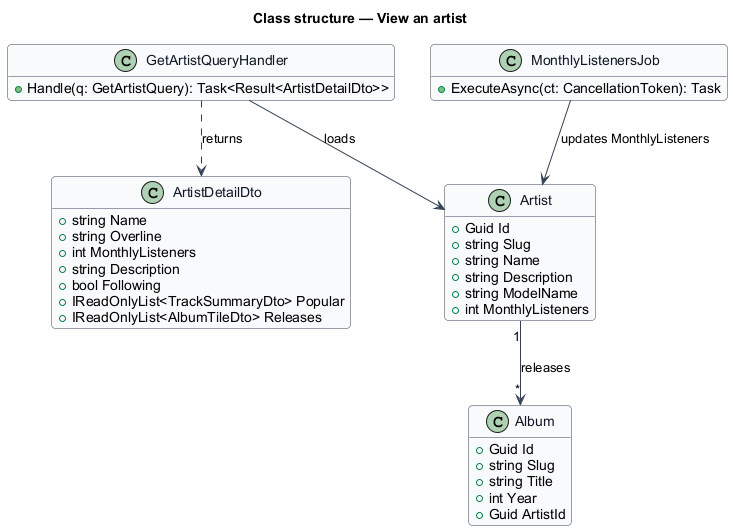
This is docs/detailed-designs/catalogue/view-artist/diagrams/class-structure.png from QuinntyneBrown/hummi, a PlantUML export, as it was before one commit.
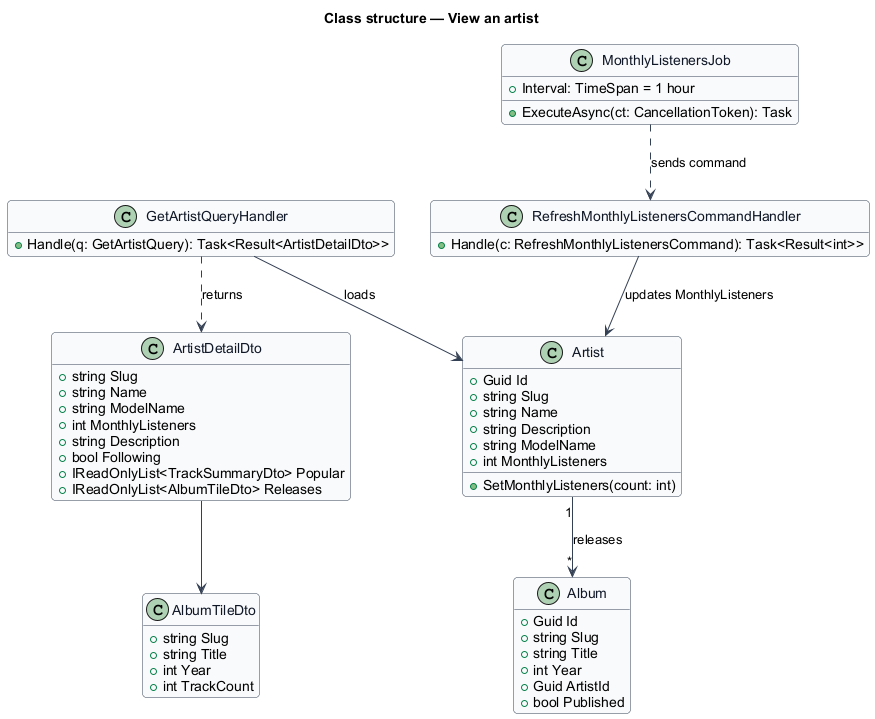
After the commit.

The edit, as a diff of the source:
```diff
@@ -19,6 +19,7 @@
   +string Description
   +string ModelName
   +int MonthlyListeners
+  +SetMonthlyListeners(count: int)
 }
 class Album {
   +Guid Id
@@ -26,10 +27,12 @@
   +string Title
   +int Year
   +Guid ArtistId
+  +bool Published
 }
 class ArtistDetailDto {
+  +string Slug
   +string Name
-  +string Overline
+  +string ModelName
   +int MonthlyListeners
   +string Description
   +bool Following
@@ -39,11 +42,23 @@
 class GetArtistQueryHandler {
   +Handle(q: GetArtistQuery): Task<Result<ArtistDetailDto>>
 }
+class AlbumTileDto {
+  +string Slug
+  +string Title
+  +int Year
+  +int TrackCount
+}
 class MonthlyListenersJob {
+  +Interval: TimeSpan = 1 hour
   +ExecuteAsync(ct: CancellationToken): Task
+}
+class RefreshMonthlyListenersCommandHandler {
+  +Handle(c: RefreshMonthlyListenersCommand): Task<Result<int>>
 }
 Artist "1" --> "*" Album : releases
 GetArtistQueryHandler --> Artist : loads
 GetArtistQueryHandler ..> ArtistDetailDto : returns
-MonthlyListenersJob --> Artist : updates MonthlyListeners
+ArtistDetailDto --> AlbumTileDto
+MonthlyListenersJob ..> RefreshMonthlyListenersCommandHandler : sends command
+RefreshMonthlyListenersCommandHandler --> Artist : updates MonthlyListeners
 @enduml
```
